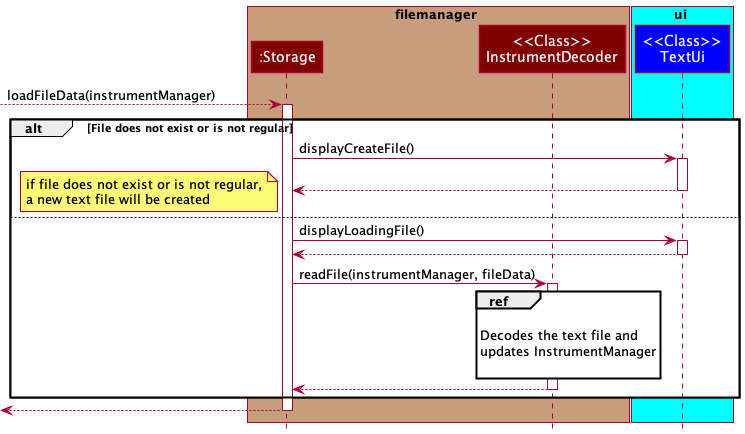
Before: docs/images/FileManagerSeqBetweenStorageAndDecoder.png, a diagram exported from PlantUML (williamlamjy/mTracker). Source of this version:
```plantuml
@startuml
!include Styles.puml

box filemanager COLOR_STORAGE_SEGMENT
participant ":Storage" as Storage COLOR_STORAGE
participant "<<Class>>\nInstrumentDecoder" as InstrumentDecoder COLOR_STORAGE
end box

box ui COLOR_LIGHT_BLUE
participant "<<Class>>\nTextUi" as TextUi COLOR_UI
end box

[-->Storage: loadFileData(instrumentManager)
activate Storage

alt File does not exist or is not regular
    Storage->TextUi: displayCreateFile()
    activate TextUi
    TextUi--> Storage
    deactivate TextUi

    note bottom
    if file does not exist or is not regular,
    a new text file will be created
    end note
else
    Storage->TextUi: displayLoadingFile()
    activate TextUi
    TextUi--> Storage
    deactivate TextUi

    Storage-> InstrumentDecoder: readFile(instrumentManager, fileData)
    activate InstrumentDecoder

    ref over InstrumentDecoder

    Decodes the text file and
    updates InstrumentManager

    end ref

    InstrumentDecoder--> Storage
    deactivate InstrumentDecoder
    end

[<--Storage
deactivate Storage
@enduml
```
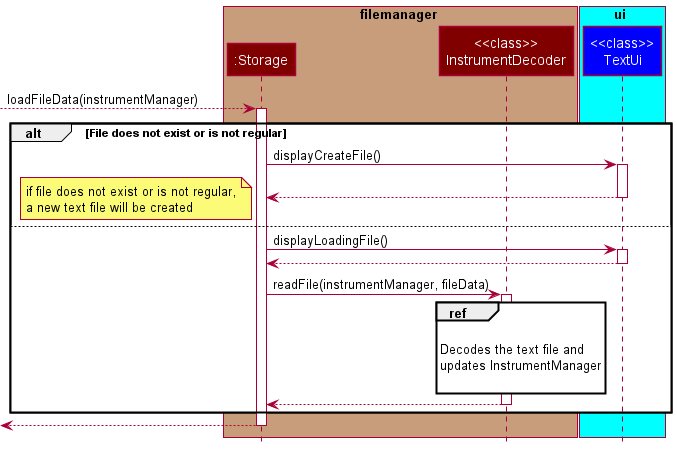
After the commit.

Diff of the diagram source:
```diff
@@ -3,11 +3,11 @@
 
 box filemanager COLOR_STORAGE_SEGMENT
 participant ":Storage" as Storage COLOR_STORAGE
-participant "<<Class>>\nInstrumentDecoder" as InstrumentDecoder COLOR_STORAGE
+participant "<<class>>\nInstrumentDecoder" as InstrumentDecoder COLOR_STORAGE
 end box
 
 box ui COLOR_LIGHT_BLUE
-participant "<<Class>>\nTextUi" as TextUi COLOR_UI
+participant "<<class>>\nTextUi" as TextUi COLOR_UI
 end box
 
 [-->Storage: loadFileData(instrumentManager)
```
